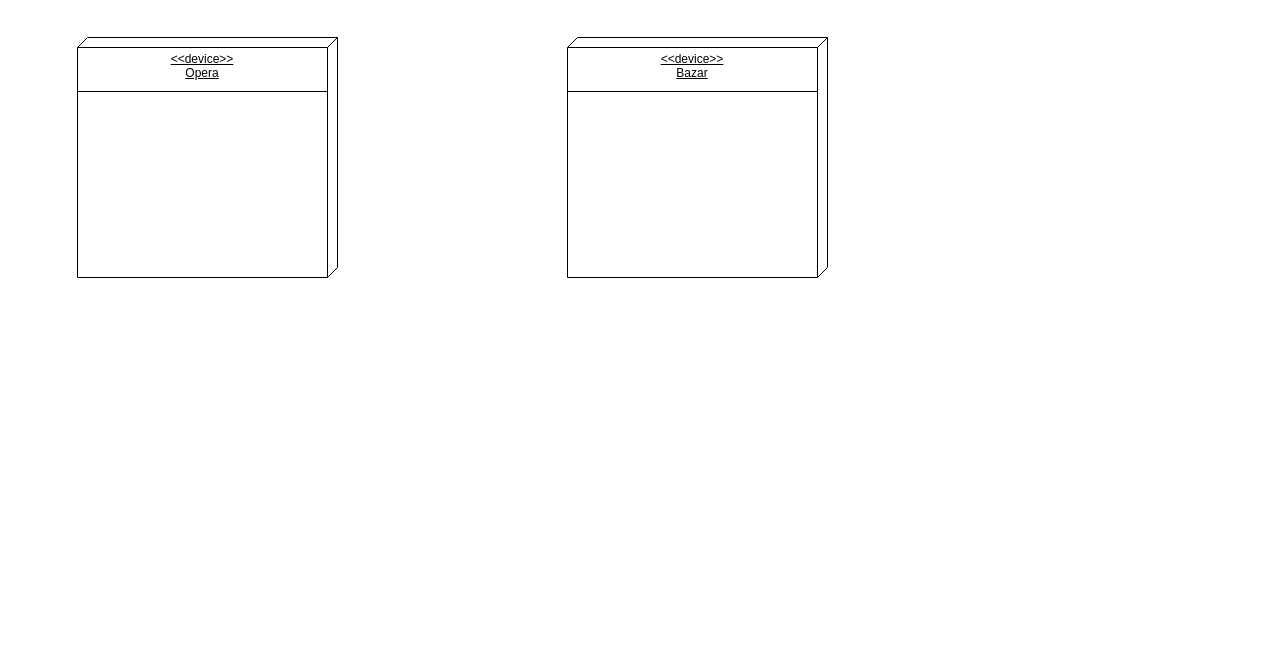
This is wdrozenie.drawio from MichjuX/UML_Diagrams, a draw.io file, before an edit. Source tidied: cells renumbered, new cells numbered last; positions are measured from the earlier drawing's top-left corner, leaving out a move shared by most shapes. Both pictures are drawn from the tidied source at 100%, with x=0, y=0 at pixel (77, 37).
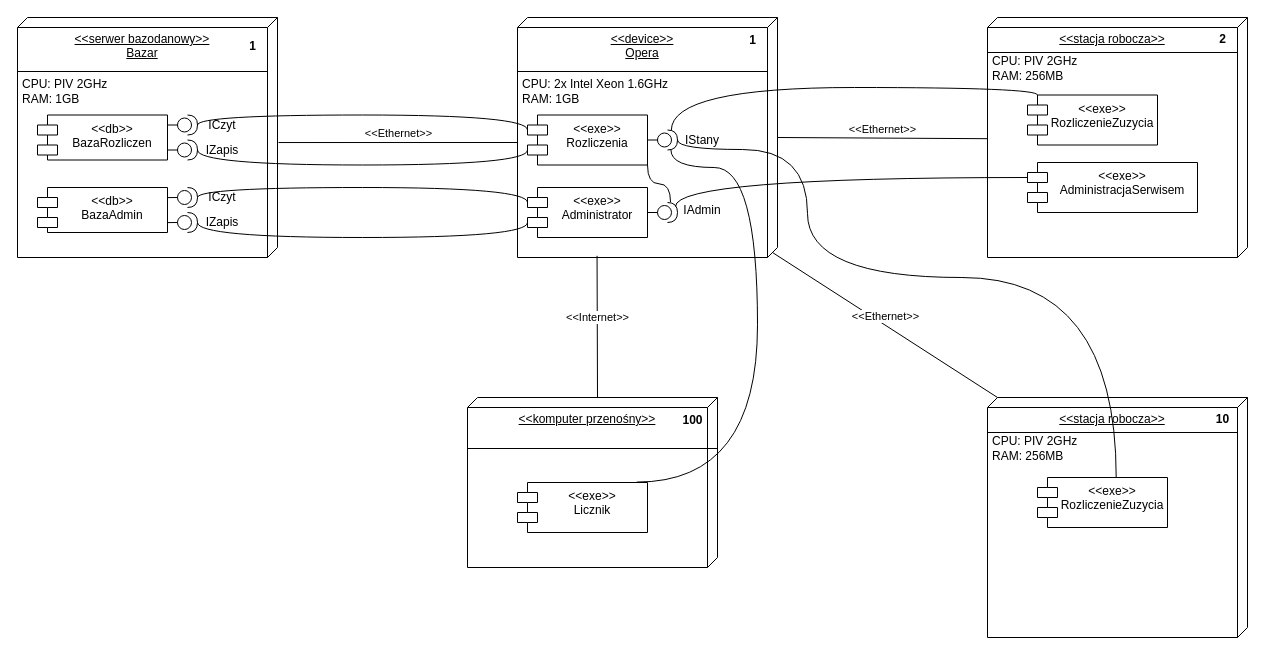
After the change.

Diff of the diagram source:
```diff
@@
-    <mxCell id="2" value="&amp;lt;&amp;lt;device&amp;gt;&amp;gt;&lt;br&gt;&lt;div style=&quot;&quot;&gt;&lt;span style=&quot;background-color: initial;&quot;&gt;Opera&lt;/span&gt;&lt;/div&gt;" style="verticalAlign=top;align=center;spacingTop=8;spacingLeft=2;spacingRight=12;shape=cube;size=10;direction=south;fontStyle=4;html=1;whiteSpace=wrap;" parent="1" vertex="1">
-      <mxGeometry width="260" height="240" as="geometry" />
+    <mxCell id="2" value="&amp;lt;&amp;lt;device&amp;gt;&amp;gt;&lt;br&gt;&lt;div style=&quot;&quot;&gt;&lt;span style=&quot;background-color: initial;&quot;&gt;Opera&lt;/span&gt;&lt;/div&gt;&lt;div style=&quot;&quot;&gt;&lt;span style=&quot;background-color: initial;&quot;&gt;&lt;br&gt;&lt;/span&gt;&lt;/div&gt;&lt;div style=&quot;text-align: left;&quot;&gt;&lt;span style=&quot;background-color: initial;&quot;&gt;&lt;br&gt;&lt;/span&gt;&lt;/div&gt;" style="verticalAlign=top;align=center;spacingTop=8;spacingLeft=2;spacingRight=12;shape=cube;size=10;direction=south;fontStyle=4;html=1;whiteSpace=wrap;" parent="1" vertex="1">
+      <mxGeometry x="440" y="-20" width="260" height="240" as="geometry" />
     </mxCell>
     <mxCell id="3" style="line;strokeWidth=1;fillColor=none;align=left;verticalAlign=middle;spacingTop=-1;spacingLeft=3;spacingRight=3;labelPosition=right;strokeColor=inherit;" parent="1" vertex="1">
-      <mxGeometry y="50" width="250" height="8" as="geometry" />
+      <mxGeometry x="440" y="30" width="250" height="8" as="geometry" />
     </mxCell>
-    <mxCell id="4" value="&amp;lt;&amp;lt;device&amp;gt;&amp;gt;&lt;br&gt;&lt;div style=&quot;&quot;&gt;&lt;span style=&quot;background-color: initial;&quot;&gt;Bazar&lt;/span&gt;&lt;/div&gt;" style="verticalAlign=top;align=center;spacingTop=8;spacingLeft=2;spacingRight=12;shape=cube;size=10;direction=south;fontStyle=4;html=1;whiteSpace=wrap;" parent="1" vertex="1">
-      <mxGeometry x="490" width="260" height="240" as="geometry" />
+    <mxCell id="4" value="&amp;lt;&amp;lt;serwer bazodanowy&amp;gt;&amp;gt;&lt;br&gt;&lt;div style=&quot;&quot;&gt;&lt;span style=&quot;background-color: initial;&quot;&gt;Bazar&lt;/span&gt;&lt;/div&gt;" style="verticalAlign=top;align=center;spacingTop=8;spacingLeft=2;spacingRight=12;shape=cube;size=10;direction=south;fontStyle=4;html=1;whiteSpace=wrap;" parent="1" vertex="1">
+      <mxGeometry x="-60" y="-20" width="260" height="240" as="geometry" />
     </mxCell>
     <mxCell id="5" style="line;strokeWidth=1;fillColor=none;align=left;verticalAlign=middle;spacingTop=-1;spacingLeft=3;spacingRight=3;labelPosition=right;strokeColor=inherit;" parent="1" vertex="1">
-      <mxGeometry x="490" y="50" width="250" height="8" as="geometry" />
+      <mxGeometry x="-60" y="30" width="250" height="8" as="geometry" />
     </mxCell>
+    <mxCell id="6" value="&lt;span style=&quot;font-weight: normal;&quot;&gt;CPU: 2x Intel Xeon 1.6GHz&lt;/span&gt;&lt;div style=&quot;&quot;&gt;&lt;span style=&quot;font-weight: normal;&quot;&gt;RAM: 1GB&lt;/span&gt;&lt;/div&gt;" style="text;align=left;fontStyle=1;verticalAlign=middle;spacingLeft=3;spacingRight=3;strokeColor=none;html=1;" parent="1" vertex="1">
+      <mxGeometry x="440" y="38" width="180" height="32" as="geometry" />
+    </mxCell>
+    <mxCell id="7" value="&lt;span style=&quot;font-weight: normal;&quot;&gt;CPU: PIV 2GHz&lt;/span&gt;&lt;div style=&quot;&quot;&gt;&lt;span style=&quot;font-weight: normal;&quot;&gt;RAM: 1GB&lt;/span&gt;&lt;/div&gt;" style="text;align=left;fontStyle=1;verticalAlign=middle;spacingLeft=3;spacingRight=3;strokeColor=none;html=1;" parent="1" vertex="1">
+      <mxGeometry x="-60" y="38" width="180" height="32" as="geometry" />
+    </mxCell>
+    <mxCell id="8" value="&amp;lt;&amp;lt;Ethernet&amp;gt;&amp;gt;" style="html=1;verticalAlign=bottom;endArrow=none;curved=0;rounded=0;entryX=0.521;entryY=-0.004;entryDx=0;entryDy=0;entryPerimeter=0;exitX=0;exitY=0;exitDx=125;exitDy=260;exitPerimeter=0;endFill=0;" parent="1" edge="1" source="2" target="4">
+      <mxGeometry relative="1" as="geometry" />
+    </mxCell>
+    <mxCell id="9" value="&amp;lt;&amp;lt;stacja robocza&amp;gt;&amp;gt;&lt;br&gt;&lt;div style=&quot;&quot;&gt;&lt;br&gt;&lt;/div&gt;&lt;div style=&quot;&quot;&gt;&lt;span style=&quot;background-color: initial;&quot;&gt;&lt;br&gt;&lt;/span&gt;&lt;/div&gt;&lt;div style=&quot;text-align: left;&quot;&gt;&lt;span style=&quot;background-color: initial;&quot;&gt;&lt;br&gt;&lt;/span&gt;&lt;/div&gt;" style="verticalAlign=top;align=center;spacingTop=8;spacingLeft=2;spacingRight=12;shape=cube;size=10;direction=south;fontStyle=4;html=1;whiteSpace=wrap;" parent="1" vertex="1">
+      <mxGeometry x="910" y="360" width="260" height="240" as="geometry" />
+    </mxCell>
+    <mxCell id="10" style="line;strokeWidth=1;fillColor=none;align=left;verticalAlign=middle;spacingTop=-1;spacingLeft=3;spacingRight=3;labelPosition=right;strokeColor=inherit;" parent="1" vertex="1">
+      <mxGeometry x="910" y="391" width="250" height="8" as="geometry" />
+    </mxCell>
+    <mxCell id="11" value="&amp;lt;&amp;lt;Ethernet&amp;gt;&amp;gt;" style="html=1;verticalAlign=bottom;endArrow=none;curved=0;rounded=0;entryX=0;entryY=0;entryDx=0;entryDy=250;entryPerimeter=0;endFill=0;exitX=0;exitY=0;exitDx=235;exitDy=5;exitPerimeter=0;" parent="1" edge="1" source="2" target="9">
+      <mxGeometry relative="1" as="geometry" />
+    </mxCell>
+    <mxCell id="12" value="&amp;lt;&amp;lt;komputer przenośny&amp;gt;&amp;gt;" style="verticalAlign=top;align=center;spacingTop=8;spacingLeft=2;spacingRight=12;shape=cube;size=10;direction=south;fontStyle=4;html=1;whiteSpace=wrap;" parent="1" vertex="1">
+      <mxGeometry x="390" y="360" width="250" height="170" as="geometry" />
+    </mxCell>
+    <mxCell id="13" style="line;strokeWidth=1;fillColor=none;align=left;verticalAlign=middle;spacingTop=-1;spacingLeft=3;spacingRight=3;labelPosition=right;strokeColor=inherit;" parent="1" vertex="1">
+      <mxGeometry x="390" y="407" width="250" height="8" as="geometry" />
+    </mxCell>
+    <mxCell id="14" value="100" style="text;align=center;fontStyle=1;verticalAlign=middle;spacingLeft=3;spacingRight=3;strokeColor=none;html=1;" parent="1" vertex="1">
+      <mxGeometry x="600" y="370" width="30" height="25" as="geometry" />
+    </mxCell>
+    <mxCell id="15" value="1" style="text;align=center;fontStyle=1;verticalAlign=middle;spacingLeft=3;spacingRight=3;strokeColor=none;html=1;" parent="1" vertex="1">
+      <mxGeometry x="160" y="-4" width="30" height="26" as="geometry" />
+    </mxCell>
+    <mxCell id="16" value="1" style="text;align=center;fontStyle=1;verticalAlign=middle;spacingLeft=3;spacingRight=3;strokeColor=none;html=1;" parent="1" vertex="1">
+      <mxGeometry x="660" y="-10" width="30" height="26" as="geometry" />
+    </mxCell>
+    <mxCell id="17" value="10" style="text;align=center;fontStyle=1;verticalAlign=middle;spacingLeft=3;spacingRight=3;strokeColor=none;html=1;" parent="1" vertex="1">
+      <mxGeometry x="1130" y="369" width="30" height="26" as="geometry" />
+    </mxCell>
+    <mxCell id="18" value="&amp;lt;&amp;lt;Internet&amp;gt;&amp;gt;" style="html=1;verticalAlign=bottom;endArrow=none;curved=0;rounded=0;entryX=0;entryY=0;entryDx=0;entryDy=120;entryPerimeter=0;exitX=0.993;exitY=0.694;exitDx=0;exitDy=0;exitPerimeter=0;endFill=0;" parent="1" edge="1" source="2" target="12">
+      <mxGeometry relative="1" as="geometry" />
+    </mxCell>
+    <mxCell id="19" value="&lt;span style=&quot;font-weight: normal;&quot;&gt;CPU: PIV 2GHz&lt;/span&gt;&lt;div style=&quot;&quot;&gt;&lt;span style=&quot;font-weight: normal;&quot;&gt;RAM: 256MB&lt;/span&gt;&lt;/div&gt;" style="text;align=left;fontStyle=1;verticalAlign=middle;spacingLeft=3;spacingRight=3;strokeColor=none;html=1;" parent="1" vertex="1">
+      <mxGeometry x="910" y="395" width="180" height="32" as="geometry" />
+    </mxCell>
+    <mxCell id="20" value="&amp;lt;&amp;lt;db&amp;gt;&amp;gt;&lt;br&gt;BazaRozliczen" style="shape=module;align=left;spacingLeft=20;align=center;verticalAlign=top;whiteSpace=wrap;html=1;" parent="1" vertex="1">
+      <mxGeometry x="-40" y="77.5" width="130" height="45" as="geometry" />
+    </mxCell>
+    <mxCell id="21" value="&amp;lt;&amp;lt;db&amp;gt;&amp;gt;&lt;br&gt;BazaAdmin" style="shape=module;align=left;spacingLeft=20;align=center;verticalAlign=top;whiteSpace=wrap;html=1;" parent="1" vertex="1">
+      <mxGeometry x="-40" y="150" width="130" height="45" as="geometry" />
+    </mxCell>
+    <mxCell id="22" style="ellipse;whiteSpace=wrap;html=1;align=center;fillColor=none;strokeColor=none;perimeter=centerPerimeter;" parent="1" vertex="1">
+      <mxGeometry x="110" y="102.5" width="10" height="10" as="geometry" />
+    </mxCell>
+    <mxCell id="23" value="&amp;lt;&amp;lt;exe&amp;gt;&amp;gt;&lt;br&gt;Administrator" style="shape=module;align=left;spacingLeft=20;align=center;verticalAlign=top;whiteSpace=wrap;html=1;" parent="1" vertex="1">
+      <mxGeometry x="450" y="150" width="120" height="50" as="geometry" />
+    </mxCell>
+    <mxCell id="24" style="ellipse;whiteSpace=wrap;html=1;align=center;fillColor=none;strokeColor=none;perimeter=centerPerimeter;" parent="1" vertex="1">
+      <mxGeometry x="580" y="170" width="10" height="10" as="geometry" />
+    </mxCell>
+    <mxCell id="25" style="shape=providedRequiredInterface;html=1;verticalLabelPosition=bottom;sketch=0;" parent="1" vertex="1">
+      <mxGeometry x="100" y="175" width="20" height="20" as="geometry" />
+    </mxCell>
+    <mxCell id="26" style="shape=providedRequiredInterface;html=1;verticalLabelPosition=bottom;sketch=0;" parent="1" vertex="1">
+      <mxGeometry x="100" y="102.5" width="20" height="20" as="geometry" />
+    </mxCell>
+    <mxCell id="27" style="shape=providedRequiredInterface;html=1;verticalLabelPosition=bottom;sketch=0;" parent="1" vertex="1">
+      <mxGeometry x="580" y="165" width="20" height="20" as="geometry" />
+    </mxCell>
+    <mxCell id="28" style="endArrow=none;html=1;rounded=0;entryX=1;entryY=0.5;entryDx=0;entryDy=0;exitX=0;exitY=0.5;exitDx=0;exitDy=0;exitPerimeter=0;" parent="1" edge="1" source="26">
+      <mxGeometry relative="1" as="geometry">
+        <mxPoint x="90" y="112.5" as="targetPoint" />
+      </mxGeometry>
+    </mxCell>
+    <mxCell id="29" style="endArrow=none;html=1;rounded=0;entryX=0.999;entryY=0.558;entryDx=0;entryDy=0;exitX=0;exitY=0.5;exitDx=0;exitDy=0;exitPerimeter=0;entryPerimeter=0;" parent="1" edge="1" source="25">
+      <mxGeometry relative="1" as="geometry">
+        <mxPoint x="89.9" y="185.1" as="targetPoint" />
+      </mxGeometry>
+    </mxCell>
+    <mxCell id="30" style="endArrow=none;html=1;rounded=0;exitX=1;exitY=0.5;exitDx=0;exitDy=0;" parent="1" edge="1" source="23">
+      <mxGeometry relative="1" as="geometry">
+        <mxPoint x="580" y="175" as="targetPoint" />
+      </mxGeometry>
+    </mxCell>
+    <mxCell id="31" style="ellipse;whiteSpace=wrap;html=1;align=center;fillColor=none;strokeColor=none;perimeter=centerPerimeter;" parent="1" vertex="1">
+      <mxGeometry x="110" y="77.5" width="10" height="10" as="geometry" />
+    </mxCell>
+    <mxCell id="32" style="shape=providedRequiredInterface;html=1;verticalLabelPosition=bottom;sketch=0;" parent="1" vertex="1">
+      <mxGeometry x="100" y="77.5" width="20" height="20" as="geometry" />
+    </mxCell>
+    <mxCell id="33" style="endArrow=none;html=1;rounded=0;entryX=1;entryY=0.5;entryDx=0;entryDy=0;exitX=0;exitY=0.5;exitDx=0;exitDy=0;exitPerimeter=0;" parent="1" edge="1" source="32">
+      <mxGeometry relative="1" as="geometry">
+        <mxPoint x="90" y="87.5" as="targetPoint" />
+      </mxGeometry>
+    </mxCell>
+    <mxCell id="34" style="shape=providedRequiredInterface;html=1;verticalLabelPosition=bottom;sketch=0;" parent="1" vertex="1">
+      <mxGeometry x="100" y="150" width="20" height="20" as="geometry" />
+    </mxCell>
+    <mxCell id="35" style="endArrow=none;html=1;rounded=0;entryX=0.999;entryY=0.558;entryDx=0;entryDy=0;exitX=0;exitY=0.5;exitDx=0;exitDy=0;exitPerimeter=0;entryPerimeter=0;" parent="1" edge="1" source="34">
+      <mxGeometry relative="1" as="geometry">
+        <mxPoint x="89.9" y="160.1" as="targetPoint" />
+      </mxGeometry>
+    </mxCell>
+    <mxCell id="36" value="ICzyt" style="text;html=1;align=center;verticalAlign=middle;whiteSpace=wrap;rounded=0;" parent="1" vertex="1">
+      <mxGeometry x="130" y="82.5" width="30" height="10" as="geometry" />
+    </mxCell>
+    <mxCell id="37" value="ICzyt" style="text;html=1;align=center;verticalAlign=middle;whiteSpace=wrap;rounded=0;" parent="1" vertex="1">
+      <mxGeometry x="130" y="155" width="30" height="10" as="geometry" />
+    </mxCell>
+    <mxCell id="38" value="IZapis" style="text;html=1;align=center;verticalAlign=middle;whiteSpace=wrap;rounded=0;" parent="1" vertex="1">
+      <mxGeometry x="130" y="180" width="30" height="10" as="geometry" />
+    </mxCell>
+    <mxCell id="39" value="IZapis" style="text;html=1;align=center;verticalAlign=middle;whiteSpace=wrap;rounded=0;" parent="1" vertex="1">
+      <mxGeometry x="130" y="107.5" width="30" height="10" as="geometry" />
+    </mxCell>
+    <mxCell id="40" style="edgeStyle=orthogonalEdgeStyle;rounded=0;orthogonalLoop=1;jettySize=auto;html=1;exitX=0.5;exitY=1;exitDx=0;exitDy=0;" parent="1" edge="1" source="38" target="38">
+      <mxGeometry relative="1" as="geometry" />
+    </mxCell>
+    <mxCell id="41" style="endArrow=none;html=1;rounded=0;entryX=0;entryY=0;entryDx=0;entryDy=15;entryPerimeter=0;exitX=1;exitY=0.5;exitDx=0;exitDy=0;exitPerimeter=0;edgeStyle=orthogonalEdgeStyle;curved=1;" parent="1" edge="1" source="34" target="23">
+      <mxGeometry relative="1" as="geometry">
+        <Array as="points">
+          <mxPoint x="120" y="150" />
+          <mxPoint x="450" y="150" />
+        </Array>
+      </mxGeometry>
+    </mxCell>
+    <mxCell id="42" style="endArrow=none;html=1;rounded=0;exitX=1;exitY=0.5;exitDx=0;exitDy=0;exitPerimeter=0;entryX=0;entryY=0;entryDx=0;entryDy=35;entryPerimeter=0;edgeStyle=orthogonalEdgeStyle;curved=1;" parent="1" edge="1" source="25" target="23">
+      <mxGeometry relative="1" as="geometry">
+        <Array as="points">
+          <mxPoint x="120" y="200" />
+          <mxPoint x="450" y="200" />
+        </Array>
+      </mxGeometry>
+    </mxCell>
+    <mxCell id="43" value="&amp;lt;&amp;lt;exe&amp;gt;&amp;gt;&lt;br&gt;Rozliczenia" style="shape=module;align=left;spacingLeft=20;align=center;verticalAlign=top;whiteSpace=wrap;html=1;" parent="1" vertex="1">
+      <mxGeometry x="450" y="77.5" width="120" height="50" as="geometry" />
+    </mxCell>
+    <mxCell id="44" style="endArrow=none;html=1;rounded=0;entryX=0;entryY=0;entryDx=0;entryDy=15;entryPerimeter=0;exitX=1;exitY=0.5;exitDx=0;exitDy=0;exitPerimeter=0;edgeStyle=orthogonalEdgeStyle;curved=1;" parent="1" edge="1">
+      <mxGeometry relative="1" as="geometry">
+        <mxPoint x="120" y="87.5" as="sourcePoint" />
+        <mxPoint x="450" y="92.5" as="targetPoint" />
+        <Array as="points">
+          <mxPoint x="120" y="77.5" />
+          <mxPoint x="450" y="77.5" />
+        </Array>
+      </mxGeometry>
+    </mxCell>
+    <mxCell id="45" style="endArrow=none;html=1;rounded=0;exitX=1;exitY=0.5;exitDx=0;exitDy=0;exitPerimeter=0;entryX=0;entryY=0;entryDx=0;entryDy=35;entryPerimeter=0;edgeStyle=orthogonalEdgeStyle;curved=1;" parent="1" edge="1">
+      <mxGeometry relative="1" as="geometry">
+        <mxPoint x="120" y="112.5" as="sourcePoint" />
+        <mxPoint x="450" y="112.5" as="targetPoint" />
+        <Array as="points">
+          <mxPoint x="120" y="127.5" />
+          <mxPoint x="450" y="127.5" />
+        </Array>
+      </mxGeometry>
+    </mxCell>
+    <mxCell id="46" style="ellipse;whiteSpace=wrap;html=1;align=center;fillColor=none;strokeColor=none;perimeter=centerPerimeter;" parent="1" vertex="1">
+      <mxGeometry x="580" y="97.5" width="10" height="10" as="geometry" />
+    </mxCell>
+    <mxCell id="47" style="shape=providedRequiredInterface;html=1;verticalLabelPosition=bottom;sketch=0;" parent="1" vertex="1">
+      <mxGeometry x="580" y="92.5" width="20" height="20" as="geometry" />
+    </mxCell>
+    <mxCell id="48" style="endArrow=none;html=1;rounded=0;exitX=1;exitY=0.5;exitDx=0;exitDy=0;" parent="1" edge="1">
+      <mxGeometry relative="1" as="geometry">
+        <mxPoint x="570" y="102.5" as="sourcePoint" />
+        <mxPoint x="580" y="102.5" as="targetPoint" />
+      </mxGeometry>
+    </mxCell>
+    <mxCell id="49" value="IStany" style="text;html=1;align=center;verticalAlign=middle;whiteSpace=wrap;rounded=0;" parent="1" vertex="1">
+      <mxGeometry x="610" y="97.5" width="30" height="10" as="geometry" />
+    </mxCell>
+    <mxCell id="50" value="IAdmin" style="text;html=1;align=center;verticalAlign=middle;whiteSpace=wrap;rounded=0;" parent="1" vertex="1">
+      <mxGeometry x="610" y="167.5" width="30" height="10" as="geometry" />
+    </mxCell>
+    <mxCell id="51" style="endArrow=none;html=1;rounded=0;entryX=1;entryY=1;entryDx=0;entryDy=0;exitX=0.652;exitY=-0.021;exitDx=0;exitDy=0;exitPerimeter=0;edgeStyle=orthogonalEdgeStyle;curved=1;" parent="1" edge="1" source="27" target="43">
+      <mxGeometry relative="1" as="geometry" />
+    </mxCell>
+    <mxCell id="52" value="&amp;lt;&amp;lt;exe&amp;gt;&amp;gt;&lt;br&gt;RozliczenieZuzycia" style="shape=module;align=left;spacingLeft=20;align=center;verticalAlign=top;whiteSpace=wrap;html=1;" parent="1" vertex="1">
+      <mxGeometry x="960" y="440" width="130" height="50" as="geometry" />
+    </mxCell>
+    <mxCell id="53" value="&amp;lt;&amp;lt;stacja robocza&amp;gt;&amp;gt;&lt;br&gt;&lt;div style=&quot;&quot;&gt;&lt;br&gt;&lt;/div&gt;&lt;div style=&quot;&quot;&gt;&lt;span style=&quot;background-color: initial;&quot;&gt;&lt;br&gt;&lt;/span&gt;&lt;/div&gt;&lt;div style=&quot;text-align: left;&quot;&gt;&lt;span style=&quot;background-color: initial;&quot;&gt;&lt;br&gt;&lt;/span&gt;&lt;/div&gt;" style="verticalAlign=top;align=center;spacingTop=8;spacingLeft=2;spacingRight=12;shape=cube;size=10;direction=south;fontStyle=4;html=1;whiteSpace=wrap;" parent="1" vertex="1">
+      <mxGeometry x="910" y="-20" width="260" height="240" as="geometry" />
+    </mxCell>
+    <mxCell id="54" style="line;strokeWidth=1;fillColor=none;align=left;verticalAlign=middle;spacingTop=-1;spacingLeft=3;spacingRight=3;labelPosition=right;strokeColor=inherit;" parent="1" vertex="1">
+      <mxGeometry x="910" y="11" width="250" height="8" as="geometry" />
+    </mxCell>
+    <mxCell id="55" value="2" style="text;align=center;fontStyle=1;verticalAlign=middle;spacingLeft=3;spacingRight=3;strokeColor=none;html=1;" parent="1" vertex="1">
+      <mxGeometry x="1130" y="-11" width="30" height="26" as="geometry" />
+    </mxCell>
+    <mxCell id="56" value="&lt;span style=&quot;font-weight: normal;&quot;&gt;CPU: PIV 2GHz&lt;/span&gt;&lt;div style=&quot;&quot;&gt;&lt;span style=&quot;font-weight: normal;&quot;&gt;RAM: 256MB&lt;/span&gt;&lt;/div&gt;" style="text;align=left;fontStyle=1;verticalAlign=middle;spacingLeft=3;spacingRight=3;strokeColor=none;html=1;" parent="1" vertex="1">
+      <mxGeometry x="910" y="15" width="180" height="32" as="geometry" />
+    </mxCell>
+    <mxCell id="57" value="&amp;lt;&amp;lt;exe&amp;gt;&amp;gt;&lt;br&gt;RozliczenieZuzycia" style="shape=module;align=left;spacingLeft=20;align=center;verticalAlign=top;whiteSpace=wrap;html=1;" parent="1" vertex="1">
+      <mxGeometry x="950" y="57.5" width="130" height="50" as="geometry" />
+    </mxCell>
+    <mxCell id="58" value="&amp;lt;&amp;lt;Ethernet&amp;gt;&amp;gt;" style="html=1;verticalAlign=bottom;endArrow=none;curved=0;rounded=0;entryX=0.505;entryY=0.998;entryDx=0;entryDy=0;entryPerimeter=0;endFill=0;exitX=0;exitY=0;exitDx=235;exitDy=5;exitPerimeter=0;" parent="1" edge="1" target="53">
+      <mxGeometry relative="1" as="geometry">
+        <mxPoint x="700" y="100" as="sourcePoint" />
+      </mxGeometry>
+    </mxCell>
+    <mxCell id="59" style="endArrow=none;html=1;rounded=0;entryX=1;entryY=0.5;entryDx=0;entryDy=0;exitX=0.605;exitY=0.01;exitDx=0;exitDy=0;exitPerimeter=0;edgeStyle=orthogonalEdgeStyle;curved=1;entryPerimeter=0;" parent="1" edge="1" target="47">
+      <mxGeometry relative="1" as="geometry">
+        <mxPoint x="1038.7" y="440" as="sourcePoint" />
+        <Array as="points">
+          <mxPoint x="1039" y="240" />
+          <mxPoint x="730" y="240" />
+          <mxPoint x="730" y="112" />
+          <mxPoint x="600" y="112" />
+        </Array>
+      </mxGeometry>
+    </mxCell>
+    <mxCell id="60" value="&amp;lt;&amp;lt;exe&amp;gt;&amp;gt;&lt;br&gt;AdministracjaSerwisem" style="shape=module;align=left;spacingLeft=20;align=center;verticalAlign=top;whiteSpace=wrap;html=1;" parent="1" vertex="1">
+      <mxGeometry x="950" y="125" width="170" height="50" as="geometry" />
+    </mxCell>
+    <mxCell id="61" style="endArrow=none;html=1;rounded=0;entryX=0;entryY=0;entryDx=10;entryDy=0;entryPerimeter=0;exitX=0.692;exitY=0.016;exitDx=0;exitDy=0;exitPerimeter=0;edgeStyle=orthogonalEdgeStyle;curved=1;" parent="1" edge="1" source="47" target="57">
+      <mxGeometry relative="1" as="geometry">
+        <Array as="points">
+          <mxPoint x="594" y="50" />
+          <mxPoint x="960" y="50" />
+        </Array>
+      </mxGeometry>
+    </mxCell>
+    <mxCell id="62" style="endArrow=none;html=1;rounded=0;exitX=0.9;exitY=0.2;exitDx=0;exitDy=0;exitPerimeter=0;entryX=0;entryY=0;entryDx=0;entryDy=15;entryPerimeter=0;edgeStyle=orthogonalEdgeStyle;curved=1;" parent="1" edge="1" source="27" target="60">
+      <mxGeometry relative="1" as="geometry">
+        <Array as="points">
+          <mxPoint x="598" y="140" />
+        </Array>
+      </mxGeometry>
+    </mxCell>
+    <mxCell id="63" value="&amp;lt;&amp;lt;exe&amp;gt;&amp;gt;&lt;br&gt;Licznik" style="shape=module;align=left;spacingLeft=20;align=center;verticalAlign=top;whiteSpace=wrap;html=1;" parent="1" vertex="1">
+      <mxGeometry x="440" y="445" width="130" height="50" as="geometry" />
+    </mxCell>
+    <mxCell id="64" style="endArrow=none;html=1;rounded=0;entryX=0.67;entryY=0.985;entryDx=0;entryDy=0;entryPerimeter=0;exitX=0.917;exitY=-0.008;exitDx=0;exitDy=0;exitPerimeter=0;edgeStyle=orthogonalEdgeStyle;curved=1;" parent="1" edge="1" source="63" target="47">
+      <mxGeometry relative="1" as="geometry">
+        <Array as="points">
+          <mxPoint x="680" y="445" />
+          <mxPoint x="680" y="130" />
+          <mxPoint x="593" y="130" />
+        </Array>
+      </mxGeometry>
+    </mxCell>
```
